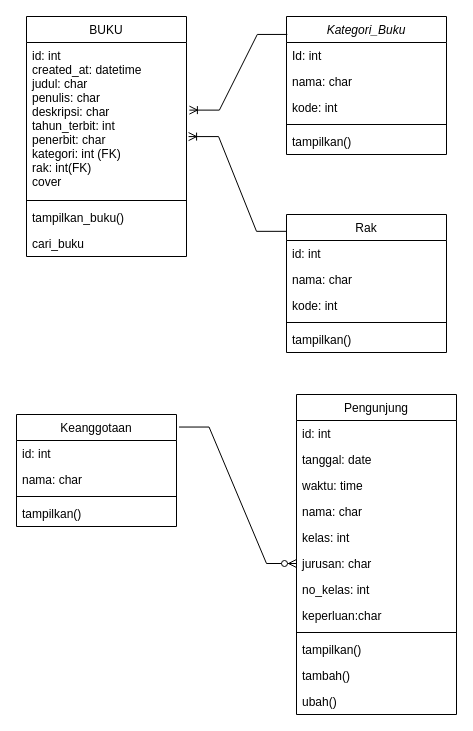
Before: Class-Diagram-Perpus-Digital.drawio in fadlankur/tefa-perpusdigital, a draw.io diagram. Source tidied: cells renumbered, new cells numbered last; positions are measured from the earlier drawing's top-left corner, leaving out a move shared by most shapes. Both pictures are drawn from the tidied source at 100%, with x=0, y=0 at pixel (16, 16).
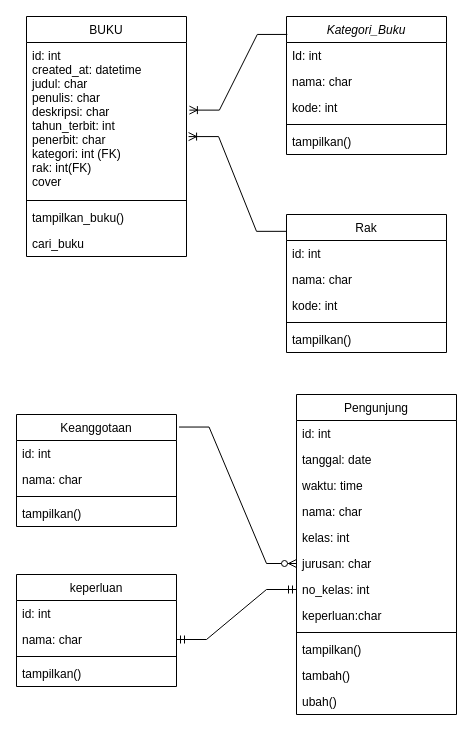
The same diagram, later.

The change refers to these unchanged cells:
```xml
<mxCell id="15" value="no_kelas: int" style="text;align=left;verticalAlign=top;spacingLeft=4;spacingRight=4;overflow=hidden;points=[[0,0.5],[1,0.5]];portConstraint=eastwest;rounded=0;shadow=0;html=0;" parent="8" vertex="1">
  <mxGeometry y="182" width="160" height="26" as="geometry" />
</mxCell>
```

What changed in the source:
```diff
@@
+    <mxCell id="40" value="keperluan" style="swimlane;fontStyle=0;align=center;verticalAlign=top;horizontal=1;startSize=26;rounded=0;shadow=0;strokeWidth=1;" parent="1" vertex="1">
+      <mxGeometry y="558" width="160" height="112" as="geometry" />
+    </mxCell>
+    <mxCell id="41" value="id: int" style="text;align=left;verticalAlign=top;spacingLeft=4;spacingRight=4;overflow=hidden;" parent="40" vertex="1">
+      <mxGeometry y="26" width="160" height="26" as="geometry" />
+    </mxCell>
+    <mxCell id="42" value="nama: char" style="text;align=left;verticalAlign=top;spacingLeft=4;spacingRight=4;overflow=hidden;points=[[0,0.5],[1,0.5]];portConstraint=eastwest;rounded=0;shadow=0;html=0;" parent="40" vertex="1">
+      <mxGeometry y="52" width="160" height="26" as="geometry" />
+    </mxCell>
+    <mxCell id="43" style="line;html=1;strokeWidth=1;align=left;verticalAlign=middle;spacingTop=-1;spacingLeft=3;spacingRight=3;labelPosition=right;" parent="40" vertex="1">
+      <mxGeometry y="78" width="160" height="8" as="geometry" />
+    </mxCell>
+    <mxCell id="44" value="tampilkan()" style="text;align=left;verticalAlign=top;spacingLeft=4;spacingRight=4;overflow=hidden;fontStyle=0;" parent="40" vertex="1">
+      <mxGeometry y="86" width="160" height="26" as="geometry" />
+    </mxCell>
+    <mxCell id="45" style="edgeStyle=entityRelationEdgeStyle;fontSize=12;html=1;endArrow=ERmandOne;startArrow=ERmandOne;rounded=0;entryX=1;entryY=0.5;entryDx=0;entryDy=0;exitX=0;exitY=0.5;exitDx=0;exitDy=0;" parent="1" edge="1" source="15" target="42">
+      <mxGeometry relative="1" as="geometry" />
+    </mxCell>
```
